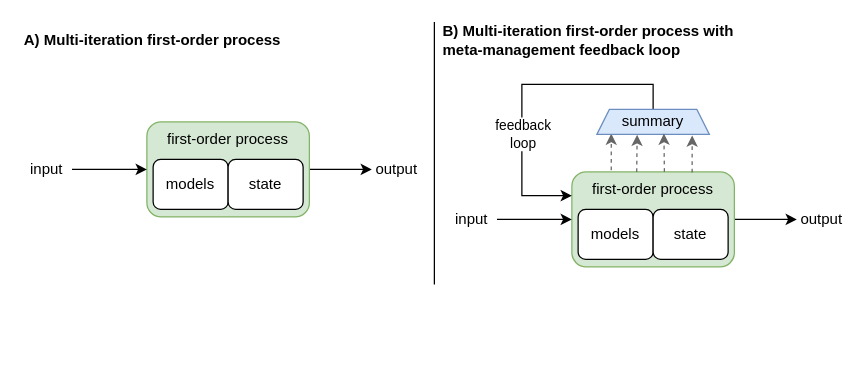
malcolmlett/malcolmlett.github.io keeps this draw.io diagram as page "architecture" (3 of 3) of publications/files/2023-nov-mm-clearer-explanation.drawio. Above is the earlier version. Source tidied: cells renumbered, new cells numbered last; positions are measured from the earlier drawing's top-left corner, leaving out a move shared by most shapes. Both pictures are drawn from the tidied source at 125%, with x=0, y=0 at pixel (21, 21).
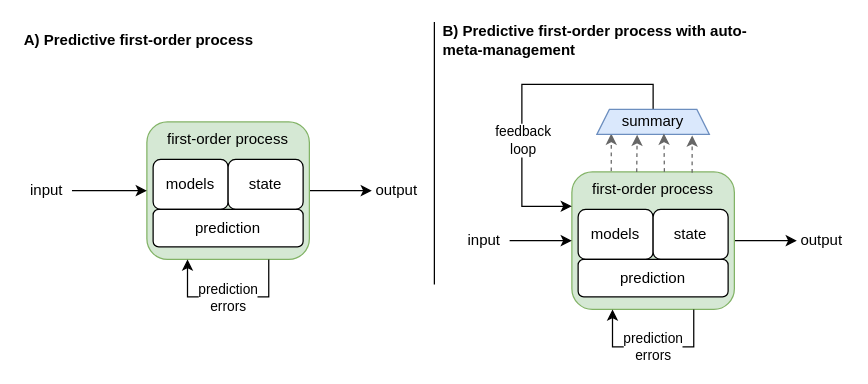
Above is the later version.

The change refers to these unchanged cells:
```xml
<mxCell id="8" value="summary" style="shape=trapezoid;perimeter=trapezoidPerimeter;whiteSpace=wrap;html=1;fixedSize=1;size=10;fillColor=#dae8fc;strokeColor=#6c8ebf;rotation=0;" parent="1" vertex="1">
  <mxGeometry x="460" y="70" width="90" height="20" as="geometry" />
</mxCell>
```

What changed in the source:
```diff
@@
     <mxCell id="4" value="first-order process" style="rounded=1;whiteSpace=wrap;html=1;verticalAlign=top;fillColor=#d5e8d4;strokeColor=#82b366;" parent="1" vertex="1">
-      <mxGeometry x="440" y="120" width="130" height="76" as="geometry" />
+      <mxGeometry x="440" y="120" width="130" height="110" as="geometry" />
     </mxCell>
@@
-    <mxCell id="6" style="edgeStyle=orthogonalEdgeStyle;rounded=0;jettySize=auto;html=1;entryX=0;entryY=0.25;entryDx=0;entryDy=0;exitX=0.5;exitY=0;exitDx=0;exitDy=0;" parent="1" edge="1" source="8" target="4">
+    <mxCell id="6" style="edgeStyle=orthogonalEdgeStyle;rounded=0;jettySize=auto;html=1;exitX=0.5;exitY=0;exitDx=0;exitDy=0;entryX=0;entryY=0.25;entryDx=0;entryDy=0;" parent="1" edge="1" source="8" target="4">
       <mxGeometry relative="1" as="geometry">
         <Array as="points">
           <mxPoint x="505" y="50" />
           <mxPoint x="400" y="50" />
-          <mxPoint x="400" y="139" />
+          <mxPoint x="400" y="148" />
+          <mxPoint x="440" y="148" />
         </Array>
       </mxGeometry>
     </mxCell>
@@
     <mxCell id="12" value="output" style="rounded=0;whiteSpace=wrap;html=1;strokeWidth=1;strokeColor=none;" parent="1" vertex="1">
-      <mxGeometry x="620" y="148" width="40" height="20" as="geometry" />
+      <mxGeometry x="620" y="165" width="40" height="20" as="geometry" />
     </mxCell>
     <mxCell id="13" value="input" style="rounded=0;whiteSpace=wrap;html=1;strokeWidth=1;strokeColor=none;" parent="1" vertex="1">
-      <mxGeometry x="340" y="148" width="40" height="20" as="geometry" />
+      <mxGeometry x="350" y="165" width="40" height="20" as="geometry" />
     </mxCell>
@@
-    <mxCell id="16" value="A) Multi-iteration first-order process" style="text;html=1;strokeColor=none;fillColor=none;align=left;verticalAlign=middle;whiteSpace=wrap;rounded=0;fontSize=12;fontStyle=1;" parent="1" vertex="1">
+    <mxCell id="16" value="A) Predictive first-order process" style="text;html=1;strokeColor=none;fillColor=none;align=left;verticalAlign=middle;whiteSpace=wrap;rounded=0;fontSize=12;fontStyle=1;" parent="1" vertex="1">
       <mxGeometry width="310" height="30" as="geometry" />
     </mxCell>
-    <mxCell id="17" value="B) Multi-iteration first-order process with meta-management feedback loop" style="text;html=1;strokeColor=none;fillColor=none;align=left;verticalAlign=middle;whiteSpace=wrap;rounded=0;fontSize=12;fontStyle=1;" parent="1" vertex="1">
-      <mxGeometry x="335" width="265" height="30" as="geometry" />
+    <mxCell id="17" value="B) Predictive first-order process with auto-meta-management" style="text;html=1;strokeColor=none;fillColor=none;align=left;verticalAlign=middle;whiteSpace=wrap;rounded=0;fontSize=12;fontStyle=1;" parent="1" vertex="1">
+      <mxGeometry x="335" width="255" height="30" as="geometry" />
     </mxCell>
@@
     <mxCell id="20" value="first-order process" style="rounded=1;whiteSpace=wrap;html=1;verticalAlign=top;fillColor=#d5e8d4;strokeColor=#82b366;" parent="1" vertex="1">
-      <mxGeometry x="100" y="80" width="130" height="76" as="geometry" />
+      <mxGeometry x="100" y="80" width="130" height="110" as="geometry" />
     </mxCell>
@@
     <mxCell id="22" value="output" style="rounded=0;whiteSpace=wrap;html=1;strokeWidth=1;strokeColor=none;" parent="1" vertex="1">
-      <mxGeometry x="280" y="108" width="40" height="20" as="geometry" />
+      <mxGeometry x="280" y="125" width="40" height="20" as="geometry" />
     </mxCell>
     <mxCell id="23" value="input" style="rounded=0;whiteSpace=wrap;html=1;strokeWidth=1;strokeColor=none;" parent="1" vertex="1">
-      <mxGeometry y="108" width="40" height="20" as="geometry" />
+      <mxGeometry y="125" width="40" height="20" as="geometry" />
     </mxCell>
@@
+    <mxCell id="26" value="prediction" style="rounded=1;whiteSpace=wrap;html=1;strokeColor=#000000;strokeWidth=1;" parent="1" vertex="1">
+      <mxGeometry x="105" y="150" width="120" height="30" as="geometry" />
+    </mxCell>
+    <mxCell id="27" value="prediction" style="rounded=1;whiteSpace=wrap;html=1;strokeColor=#000000;strokeWidth=1;" parent="1" vertex="1">
+      <mxGeometry x="445" y="190" width="120" height="30" as="geometry" />
+    </mxCell>
+    <mxCell id="28" style="edgeStyle=orthogonalEdgeStyle;rounded=0;orthogonalLoop=1;jettySize=auto;html=1;entryX=0.25;entryY=1;entryDx=0;entryDy=0;exitX=0.75;exitY=1;exitDx=0;exitDy=0;" parent="1" edge="1" source="20" target="20">
+      <mxGeometry relative="1" as="geometry">
+        <Array as="points">
+          <mxPoint x="198" y="220" />
+          <mxPoint x="132" y="220" />
+        </Array>
+      </mxGeometry>
+    </mxCell>
+    <mxCell id="29" value="prediction&lt;br&gt;errors" style="edgeLabel;html=1;align=center;verticalAlign=middle;" parent="28" vertex="1">
+      <mxGeometry x="0.09" y="-1" relative="1" as="geometry">
+        <mxPoint x="5" y="1" as="offset" />
+      </mxGeometry>
+    </mxCell>
+    <mxCell id="30" style="edgeStyle=orthogonalEdgeStyle;rounded=0;orthogonalLoop=1;jettySize=auto;html=1;entryX=0.25;entryY=1;entryDx=0;entryDy=0;exitX=0.75;exitY=1;exitDx=0;exitDy=0;" parent="1" edge="1" source="4" target="4">
+      <mxGeometry relative="1" as="geometry">
+        <Array as="points">
+          <mxPoint x="538" y="260" />
+          <mxPoint x="472" y="260" />
+        </Array>
+      </mxGeometry>
+    </mxCell>
+    <mxCell id="31" value="prediction&lt;br&gt;errors" style="edgeLabel;html=1;align=center;verticalAlign=middle;" parent="30" vertex="1">
+      <mxGeometry x="0.23" y="-1" relative="1" as="geometry">
+        <mxPoint x="14" as="offset" />
+      </mxGeometry>
+    </mxCell>
```
